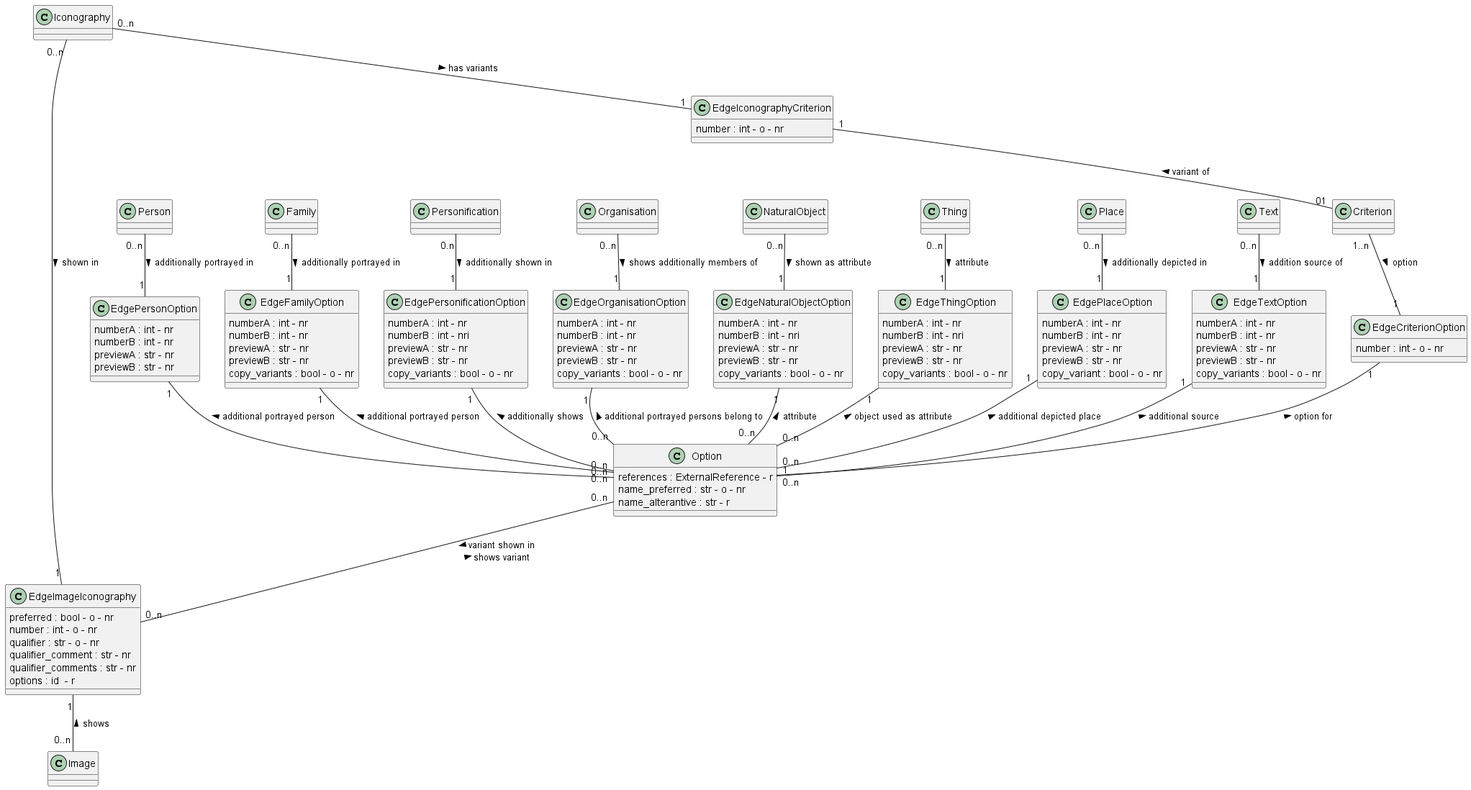
Before: documentation/class_diagrams/Option.png, a diagram exported from PlantUML (tmasch/bpf_be). The source it was exported from:
```plantuml
@startuml Option

class Option
Option : references : ExternalReference - r
Option : name_preferred : str - o - nr
Option : name_alterantive : str - r

class Person

class Iconography

class Criterion

class Image

class EdgeIconographyCriterion
EdgeIconographyCriterion : number : int - o - nr

class EdgeCriterionOption
EdgeCriterionOption : number : int - o - nr

class EdgePersonOption
EdgePersonOption : numberA : int - nr
EdgePersonOption : numberB : int - nr
EdgePersonOption : previewA : str - nr
EdgePersonOption : previewB : str - nr

class EdgeFamilyOption
EdgeFamilyOption : numberA : int - nr
EdgeFamilyOption : numberB : int - nr
EdgeFamilyOption : previewA : str - nr
EdgeFamilyOption : previewB : str - nr
EdgeFamilyOption : copy_variants : bool - o - nr

class EdgePersonificationOption
EdgePersonificationOption : numberA : int - nr
EdgePersonificationOption : numberB : int - nri
EdgePersonificationOption : previewA : str - nr
EdgePersonificationOption : previewB : str - nr
EdgePersonificationOption : copy_variants : bool - o - nr

class EdgeOrganisationOption
EdgeOrganisationOption : numberA : int - nr
EdgeOrganisationOption : numberB : int - nr
EdgeOrganisationOption : previewA : str - nr
EdgeOrganisationOption : previewB : str - nr
EdgeOrganisationOption : copy_variants : bool - o - nr



class EdgeImageIconography
EdgeImageIconography : preferred : bool - o - nr
EdgeImageIconography : number : int - o - nr
EdgeImageIconography : qualifier : str - o - nr
EdgeImageIconography : qualifier_comment : str - nr
EdgeImageIconography : qualifier_comments : str - nr
EdgeImageIconography : options : id  - r

class EdgeNaturalObjectOption
EdgeNaturalObjectOption : numberA : int - nr
EdgeNaturalObjectOption : numberB : int - nri
EdgeNaturalObjectOption : previewA : str - nr
EdgeNaturalObjectOption : previewB : str - nr
EdgeNaturalObjectOption : copy_variants : bool - o - nr

class EdgeThingOption
EdgeThingOption : numberA : int - nr
EdgeThingOption : numberB : int - nri
EdgeThingOption : previewA : str - nr
EdgeThingOption : previewB : str - nr
EdgeThingOption : copy_variants : bool - o - nr

class EdgePlaceOption
EdgePlaceOption : numberA : int - nr
EdgePlaceOption : numberB : int - nr
EdgePlaceOption : previewA : str - nr
EdgePlaceOption : previewB : str - nr
EdgePlaceOption : copy_variant : bool - o - nr

class EdgeTextOption
EdgeTextOption : numberA : int - nr
EdgeTextOption : numberB : int - nr
EdgeTextOption : previewA : str - nr
EdgeTextOption : previewB : str - nr
EdgeTextOption : copy_variants : bool - o - nr



Iconography "0..n" -- "1" EdgeIconographyCriterion : has variants >
EdgeIconographyCriterion "1" -- "01" Criterion : variant of <

Criterion "1..n" -- "1" EdgeCriterionOption : option >
EdgeCriterionOption "1" -- "1" Option : < option for

Person "0..n" -- "1" EdgePersonOption : additionally portrayed in >
EdgePersonOption "1" -- "0..n" Option : additional portrayed person <

Family "0..n" -- "1" EdgeFamilyOption : additionally portrayed in >
EdgeFamilyOption "1" -- "0..n" Option : additional portrayed person <

Personification "0.n" -- "1" EdgePersonificationOption : additionally shown in >
EdgePersonificationOption "1" -- "0..n" Option : additionally shows <

Organisation "0..n" -- "1" EdgeOrganisationOption : shows additionally members of >
EdgeOrganisationOption "1" -- "0..n" Option : additional portrayed persons belong to <

NaturalObject "0..n" -- "1" EdgeNaturalObjectOption : shown as attribute >
EdgeNaturalObjectOption "1" -- "0..n" Option : attribute <

Thing "0..n" -- "1" EdgeThingOption : attribute >
EdgeThingOption "1" -- "0..n" Option : object used as attribute <

Place "0..n" -- "1" EdgePlaceOption : additionally depicted in >
EdgePlaceOption "1" -- "0..n" Option : additional depicted place <

Text "0..n" -- "1" EdgeTextOption : addition source of >
EdgeTextOption "1" -- "0..n" Option : additional source <

Iconography "0..n" ---- "1" EdgeImageIconography: shown in >

Option "0..n" -- "0..n" EdgeImageIconography : > variant shown in \n shows variant <
EdgeImageIconography "1" -- "0..n" Image : shows  <
@enduml
```
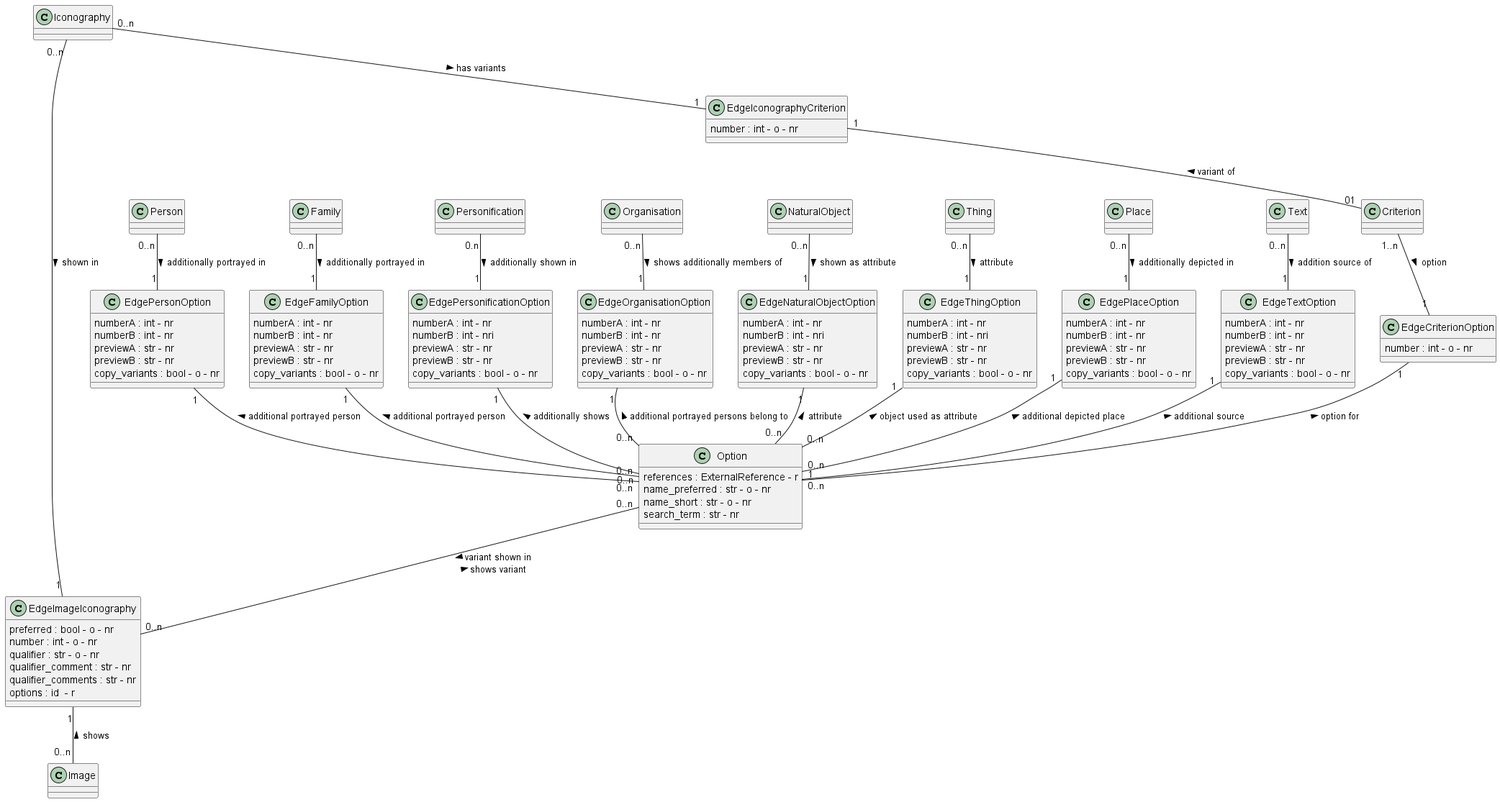
The same file after the commit.

The edit, as a diff of the source:
```diff
@@ -3,7 +3,9 @@
 class Option
 Option : references : ExternalReference - r
 Option : name_preferred : str - o - nr
-Option : name_alterantive : str - r
+Option : name_short : str - o - nr
+Option : search_term : str - nr
+
 
 class Person
 
@@ -24,6 +26,7 @@
 EdgePersonOption : numberB : int - nr
 EdgePersonOption : previewA : str - nr
 EdgePersonOption : previewB : str - nr
+EdgePersonOption : copy_variants : bool - o - nr
 
 class EdgeFamilyOption
 EdgeFamilyOption : numberA : int - nr
@@ -46,16 +49,6 @@
 EdgeOrganisationOption : previewB : str - nr
 EdgeOrganisationOption : copy_variants : bool - o - nr
 
-
-
-class EdgeImageIconography
-EdgeImageIconography : preferred : bool - o - nr
-EdgeImageIconography : number : int - o - nr
-EdgeImageIconography : qualifier : str - o - nr
-EdgeImageIconography : qualifier_comment : str - nr
-EdgeImageIconography : qualifier_comments : str - nr
-EdgeImageIconography : options : id  - r
-
 class EdgeNaturalObjectOption
 EdgeNaturalObjectOption : numberA : int - nr
 EdgeNaturalObjectOption : numberB : int - nri
@@ -75,7 +68,7 @@
 EdgePlaceOption : numberB : int - nr
 EdgePlaceOption : previewA : str - nr
 EdgePlaceOption : previewB : str - nr
-EdgePlaceOption : copy_variant : bool - o - nr
+EdgePlaceOption : copy_variants : bool - o - nr
 
 class EdgeTextOption
 EdgeTextOption : numberA : int - nr
@@ -83,6 +76,14 @@
 EdgeTextOption : previewA : str - nr
 EdgeTextOption : previewB : str - nr
 EdgeTextOption : copy_variants : bool - o - nr
+
+class EdgeImageIconography
+EdgeImageIconography : preferred : bool - o - nr
+EdgeImageIconography : number : int - o - nr
+EdgeImageIconography : qualifier : str - o - nr
+EdgeImageIconography : qualifier_comment : str - nr
+EdgeImageIconography : qualifier_comments : str - nr
+EdgeImageIconography : options : id  - r
 
 
 
```
